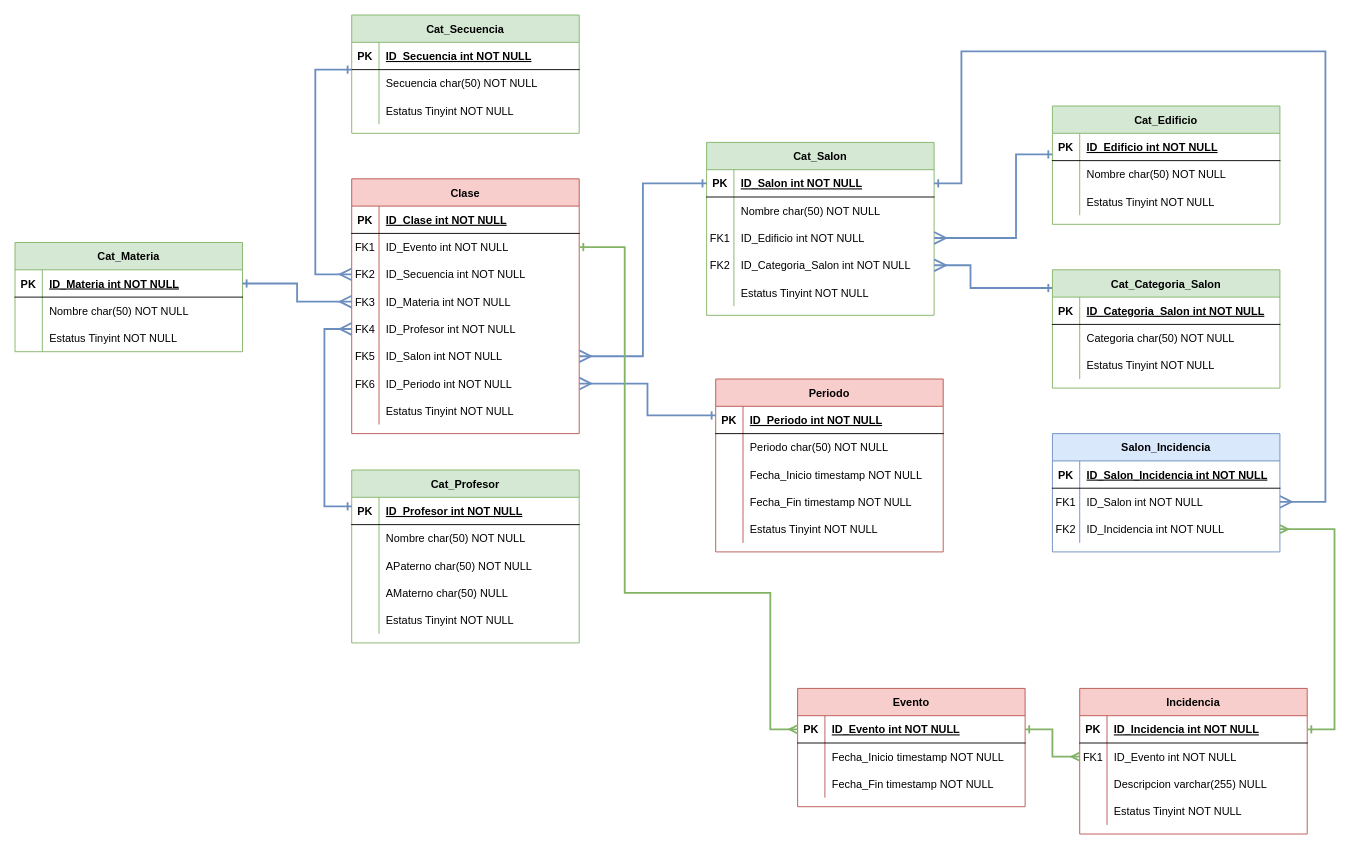
licdavidob/Zeus keeps this draw.io diagram as database/Diagrama_BD.drawio. Above is the earlier version. Source tidied: cells renumbered, new cells numbered last; positions are measured from the earlier drawing's top-left corner, leaving out a move shared by most shapes. Both pictures are drawn from the tidied source at 91%, with x=0, y=0 at pixel (15, 15).
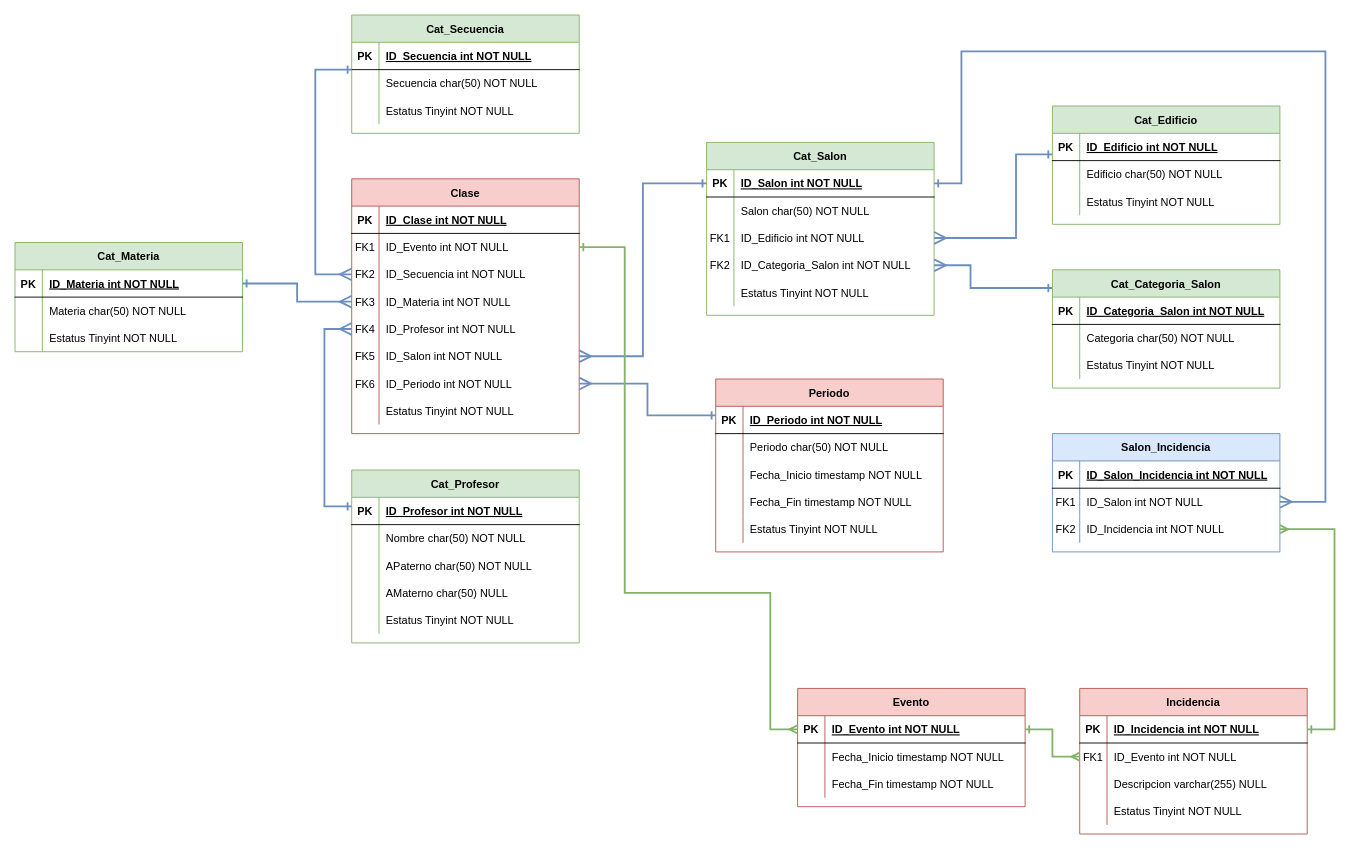
The same page after the edit.

Commit message (it also covers changes not shown here):
Se empezó a trabajar en las clases profesor y clase. Se modifico el diagrama de clases

The change refers to these unchanged cells:
```xml
<mxCell id="6" style="shape=partialRectangle;fillColor=none;top=0;left=0;right=0;bottom=0;" parent="2" vertex="1">
  <mxGeometry y="60" width="250" height="30" as="geometry" />
</mxCell>
<mxCell id="16" style="shape=partialRectangle;fillColor=none;top=0;left=0;right=0;bottom=0;" parent="12" vertex="1">
  <mxGeometry y="60" width="250" height="30" as="geometry" />
</mxCell>
<mxCell id="59" style="shape=partialRectangle;fillColor=none;top=0;left=0;right=0;bottom=0;" parent="55" vertex="1">
  <mxGeometry y="60" width="250" height="30" as="geometry" />
</mxCell>
```

The edit, as a diff of the source:
```diff
@@
-    <mxCell id="8" value="Nombre char(50) NOT NULL" style="shape=partialRectangle;overflow=hidden;fillColor=none;top=0;left=0;bottom=0;right=0;align=left;spacingLeft=6;" parent="6" vertex="1">
+    <mxCell id="8" value="Materia char(50) NOT NULL" style="shape=partialRectangle;overflow=hidden;fillColor=none;top=0;left=0;bottom=0;right=0;align=left;spacingLeft=6;" parent="6" vertex="1">
       <mxGeometry x="30" width="220" height="30" as="geometry" />
     </mxCell>
@@
-    <mxCell id="18" value="Nombre char(50) NOT NULL" style="shape=partialRectangle;overflow=hidden;fillColor=none;top=0;left=0;bottom=0;right=0;align=left;spacingLeft=6;" parent="16" vertex="1">
+    <mxCell id="18" value="Salon char(50) NOT NULL" style="shape=partialRectangle;overflow=hidden;fillColor=none;top=0;left=0;bottom=0;right=0;align=left;spacingLeft=6;" parent="16" vertex="1">
       <mxGeometry x="30" width="220" height="30" as="geometry" />
     </mxCell>
@@
-    <mxCell id="61" value="Nombre char(50) NOT NULL" style="shape=partialRectangle;overflow=hidden;fillColor=none;top=0;left=0;bottom=0;right=0;align=left;spacingLeft=6;" parent="59" vertex="1">
+    <mxCell id="61" value="Edificio char(50) NOT NULL" style="shape=partialRectangle;overflow=hidden;fillColor=none;top=0;left=0;bottom=0;right=0;align=left;spacingLeft=6;" parent="59" vertex="1">
       <mxGeometry x="30" width="220" height="30" as="geometry" />
     </mxCell>
```
